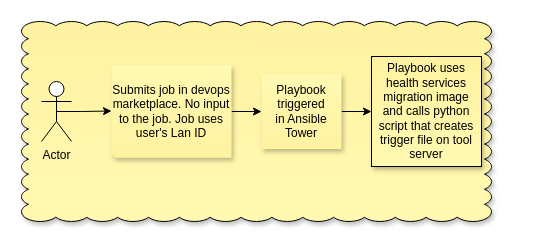
Above: diagram.drawio in kpac062/hello-github-actions (draw.io), before the change. Source tidied: cells renumbered, new cells numbered last; positions are measured from the earlier drawing's top-left corner, leaving out a move shared by most shapes. Both pictures are drawn from the tidied source at 100%, with x=0, y=0 at pixel (21, 21).
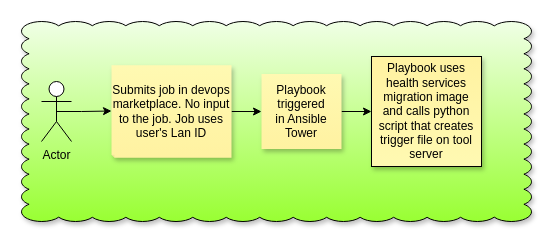
Above is the later version.

Change to the diagram source:
```diff
@@
 <mxGraphModel>
   <root>
     <mxCell id="0" />
     <mxCell id="1" parent="0" />
-    <mxCell id="2" style="whiteSpace=wrap;html=1;shape=mxgraph.basic.cloud_rect;shadow=1;fillStyle=solid;fontFamily=Helvetica;fontSize=12;fontColor=#000000;fillColor=#FFF9B2;gradientColor=#FFF2A1;gradientDirection=north;" parent="1" vertex="1">
-      <mxGeometry width="470" height="200" as="geometry" />
+    <mxCell id="2" style="whiteSpace=wrap;html=1;shape=mxgraph.basic.cloud_rect;shadow=1;fillStyle=solid;fontFamily=Helvetica;fontSize=12;fontColor=#000000;fillColor=#99FF33;gradientColor=#F0FFE6;gradientDirection=north;labelBackgroundColor=none;" parent="1" vertex="1">
+      <mxGeometry width="510" height="200" as="geometry" />
     </mxCell>
     <mxCell id="3" style="edgeStyle=orthogonalEdgeStyle;rounded=0;jettySize=auto;html=1;exitX=0.5;exitY=0.5;exitDx=0;exitDy=0;exitPerimeter=0;entryX=0;entryY=0.492;entryDx=0;entryDy=0;entryPerimeter=0;" parent="1" edge="1" source="4">
       <mxGeometry relative="1" as="geometry">
         <mxPoint x="90" y="89.5" as="targetPoint" />
         <Array as="points">
           <mxPoint x="60" y="90" />
           <mxPoint x="60" y="90" />
         </Array>
       </mxGeometry>
     </mxCell>
     <mxCell id="4" value="Actor" style="shape=umlActor;verticalLabelPosition=bottom;verticalAlign=top;html=1;outlineConnect=0;" parent="1" vertex="1">
       <mxGeometry x="20" y="60" width="30" height="60" as="geometry" />
     </mxCell>
     <mxCell id="5" style="edgeStyle=orthogonalEdgeStyle;rounded=0;jettySize=auto;html=1;exitX=0;exitY=0.5;exitDx=0;exitDy=0;exitPerimeter=0;entryX=0;entryY=0;entryDx=80;entryDy=37.375;entryPerimeter=0;fontFamily=Helvetica;fontSize=12;fontColor=#000000;" parent="1" edge="1" source="6" target="8">
       <mxGeometry relative="1" as="geometry" />
     </mxCell>
     <mxCell id="6" value="Submits job in devops marketplace. No input to the job. Job uses user's Lan ID" style="shape=note;whiteSpace=wrap;html=1;backgroundOutline=1;fontColor=#000000;darkOpacity=0.05;fillColor=#FFF9B2;strokeColor=none;fillStyle=solid;direction=west;gradientDirection=north;gradientColor=#FFF2A1;shadow=1;size=3;" parent="1" vertex="1">
       <mxGeometry x="90" y="43.8" width="120" height="92.4" as="geometry" />
     </mxCell>
     <mxCell id="7" style="edgeStyle=orthogonalEdgeStyle;rounded=0;jettySize=auto;html=1;exitX=0;exitY=0.5;exitDx=0;exitDy=0;exitPerimeter=0;entryX=0;entryY=0.5;entryDx=0;entryDy=0;fontFamily=Helvetica;fontSize=12;fontColor=#000000;" parent="1" edge="1" source="8" target="9">
       <mxGeometry relative="1" as="geometry" />
     </mxCell>
     <mxCell id="8" value="Playbook triggered&lt;br&gt;in Ansible Tower" style="shape=note;whiteSpace=wrap;html=1;backgroundOutline=1;fontColor=#000000;darkOpacity=0.05;fillColor=#FFF9B2;strokeColor=none;fillStyle=solid;direction=west;gradientDirection=north;gradientColor=#FFF2A1;shadow=1;size=0;fontFamily=Helvetica;fontSize=12;" parent="1" vertex="1">
       <mxGeometry x="240" y="52.6" width="80" height="74.8" as="geometry" />
     </mxCell>
     <mxCell id="9" value="Playbook uses health services migration image and calls python script that creates trigger file on tool server" style="whiteSpace=wrap;html=1;shadow=1;fillStyle=solid;fontFamily=Helvetica;fontSize=12;fontColor=#000000;fillColor=#FFF9B2;gradientColor=#FFF2A1;gradientDirection=north;" parent="1" vertex="1">
       <mxGeometry x="350" y="35" width="110" height="110" as="geometry" />
     </mxCell>
   </root>
 </mxGraphModel>
```
